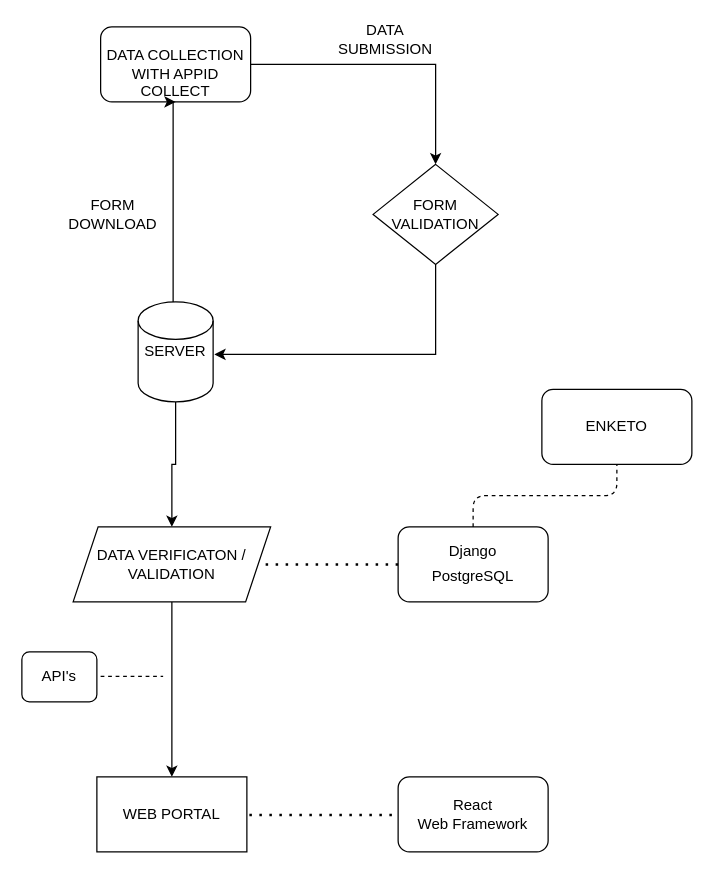
This is assets/Untitled Diagram.drawio from petersoleeh/alarm-clock, a draw.io file, before an edit. Source tidied: cells renumbered, new cells numbered last; positions are measured from the earlier drawing's top-left corner, leaving out a move shared by most shapes. Both pictures are drawn from the tidied source at 125%, with x=0, y=0 at pixel (21, 26).
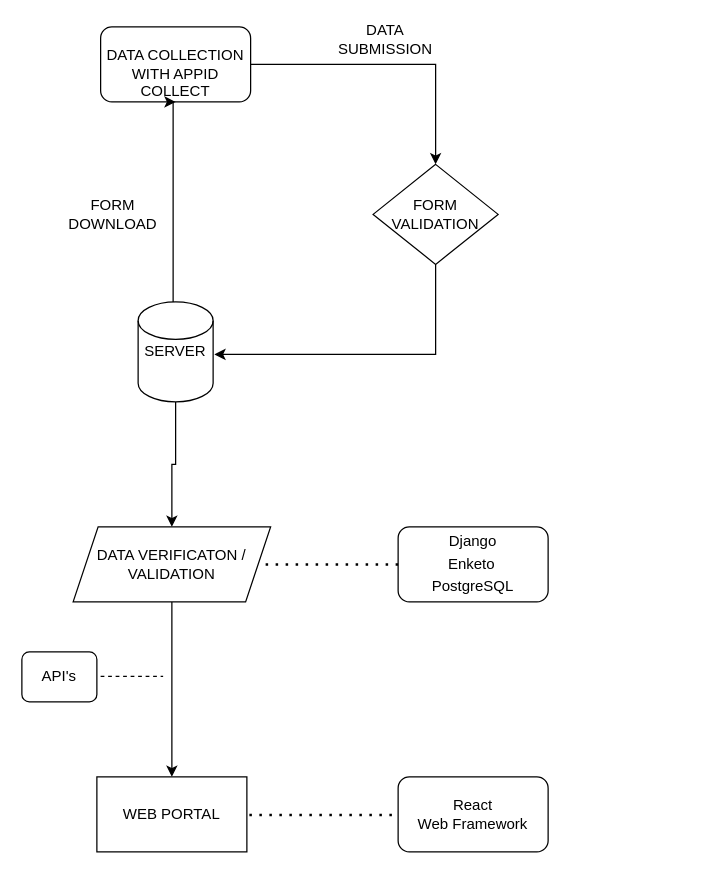
The same page after the edit.

Unchanged cells that the change refers to:
```xml
<mxCell id="15" style="rounded=1;whiteSpace=wrap;html=1;" parent="1" vertex="1">
  <mxGeometry x="301" y="400" width="120" height="60" as="geometry" />
</mxCell>
```

What changed in the source:
```diff
@@
-    <mxCell id="14" style="edgeStyle=orthogonalEdgeStyle;rounded=1;jettySize=auto;html=1;dashed=1;endArrow=none;endFill=0;" parent="1" edge="1" source="15" target="23">
-      <mxGeometry relative="1" as="geometry" />
-    </mxCell>
@@
     <mxCell id="17" value="Django" style="text;html=1;strokeColor=none;fillColor=none;align=center;verticalAlign=middle;whiteSpace=wrap;rounded=0;" parent="1" vertex="1">
-      <mxGeometry x="341" y="410" width="40" height="20" as="geometry" />
+      <mxGeometry x="341" y="402" width="40" height="20" as="geometry" />
     </mxCell>
     <mxCell id="18" value="PostgreSQL" style="text;html=1;strokeColor=none;fillColor=none;align=center;verticalAlign=middle;whiteSpace=wrap;rounded=0;" parent="1" vertex="1">
-      <mxGeometry x="341" y="430" width="40" height="20" as="geometry" />
+      <mxGeometry x="341" y="438" width="40" height="20" as="geometry" />
     </mxCell>
@@
-    <mxCell id="23" style="whiteSpace=wrap;html=1;rounded=1;" parent="1" vertex="1">
-      <mxGeometry x="416" y="290" width="120" height="60" as="geometry" />
-    </mxCell>
-    <mxCell id="24" value="ENKETO" style="text;html=1;strokeColor=none;fillColor=none;align=center;verticalAlign=middle;whiteSpace=wrap;rounded=0;" parent="1" vertex="1">
-      <mxGeometry x="456" y="310" width="40" height="20" as="geometry" />
+    <mxCell id="24" value="Enketo" style="text;html=1;strokeColor=none;fillColor=none;align=center;verticalAlign=middle;whiteSpace=wrap;rounded=0;" parent="1" vertex="1">
+      <mxGeometry x="340" y="420" width="40" height="20" as="geometry" />
     </mxCell>
```
